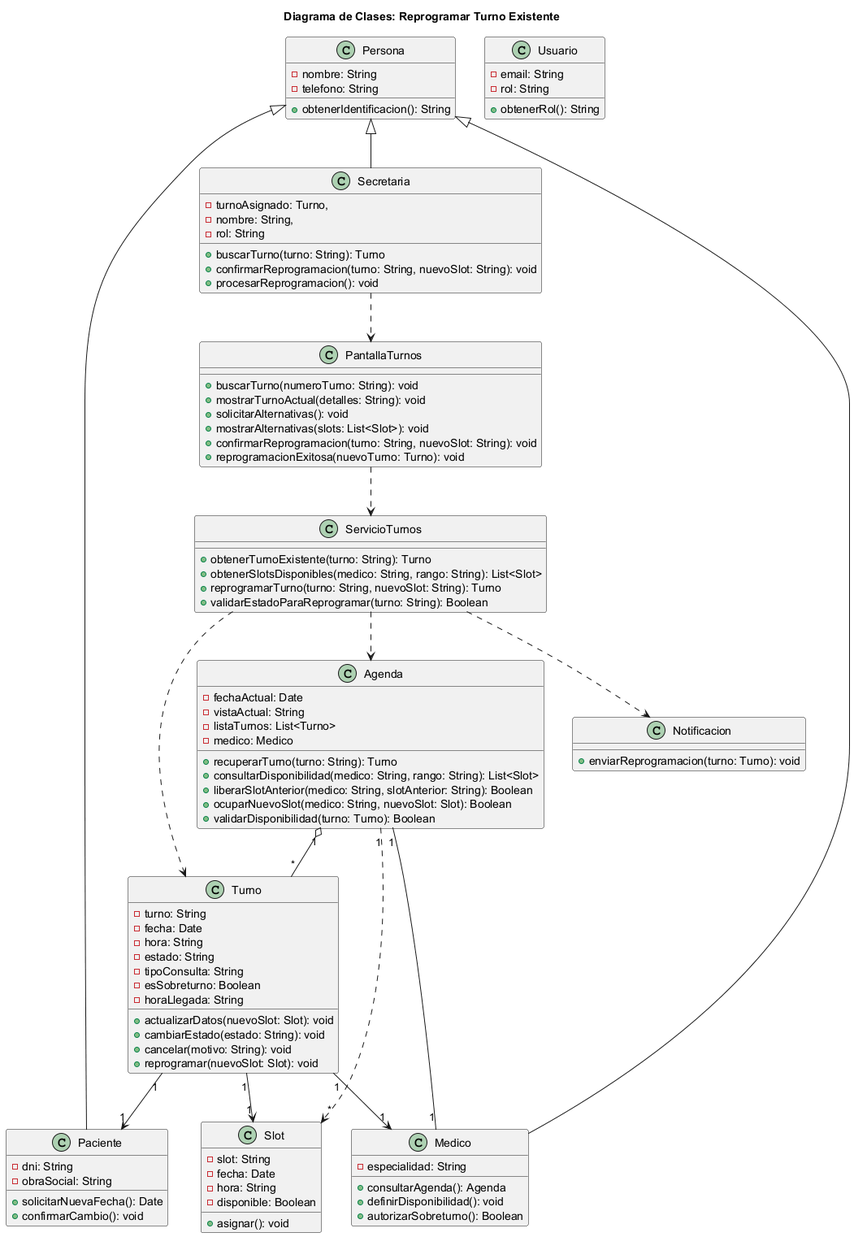
Earlier version of the PlantUML export diagramas/01-diagrama-clases/02-clases-reprogramar-turno-02.png (Purezaamor/SistemaTurnosMedicos).
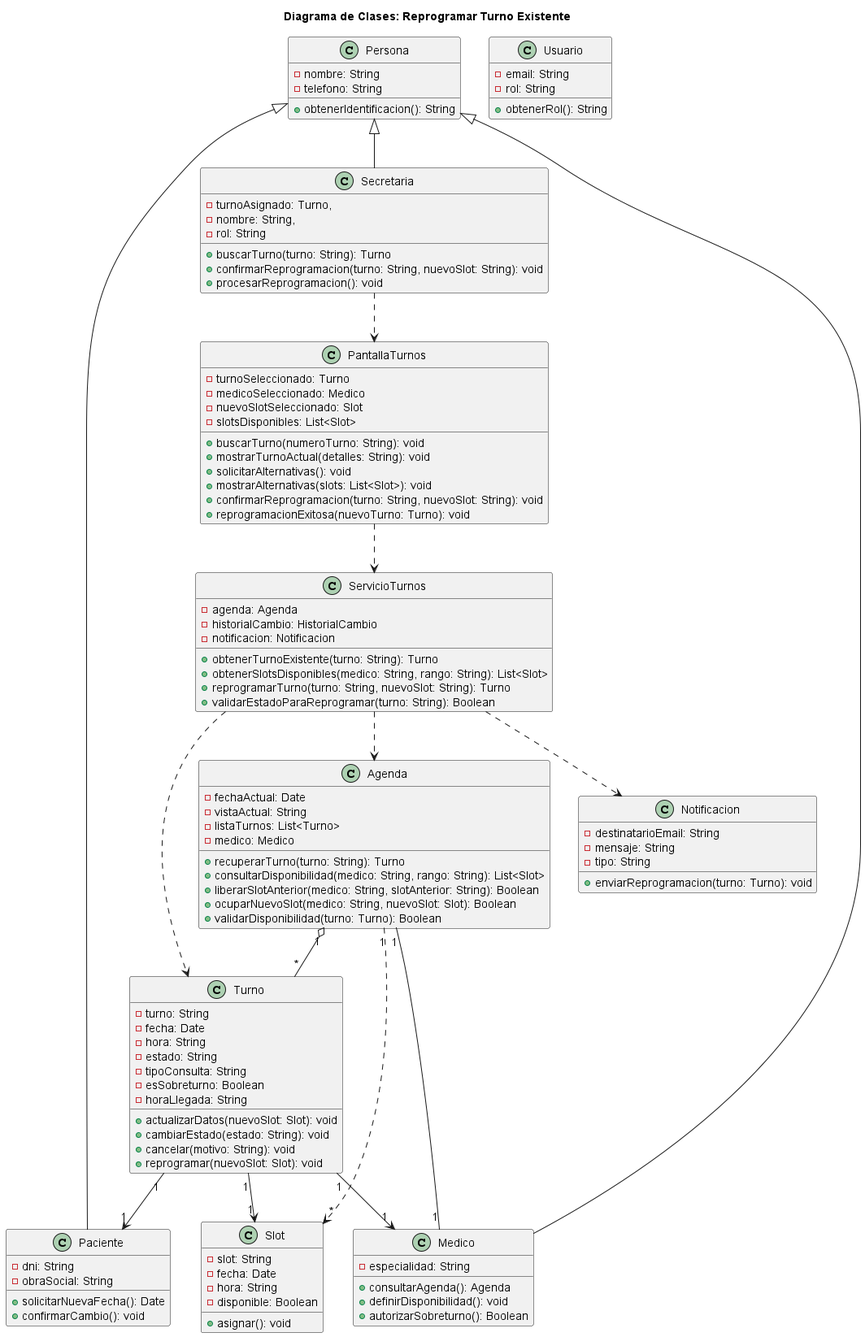
The same file after the commit.

What changed in the source:
```diff
@@ -71,6 +71,9 @@
 }
 
 class ServicioTurnos {
+    - agenda: Agenda
+    - historialCambio: HistorialCambio
+    - notificacion: Notificacion
     + obtenerTurnoExistente(turno: String): Turno
     + obtenerSlotsDisponibles(medico: String, rango: String): List<Slot>
     + reprogramarTurno(turno: String, nuevoSlot: String): Turno
@@ -78,6 +81,10 @@
 }
 
 class PantallaTurnos {
+    - turnoSeleccionado: Turno
+    - medicoSeleccionado: Medico
+    - nuevoSlotSeleccionado: Slot
+    - slotsDisponibles: List<Slot>
     + buscarTurno(numeroTurno: String): void
     + mostrarTurnoActual(detalles: String): void
     + solicitarAlternativas(): void
@@ -87,6 +94,9 @@
 }
 
 class Notificacion {
+    - destinatarioEmail: String
+    - mensaje: String
+    - tipo: String
     + enviarReprogramacion(turno: Turno): void
 }
 
```
